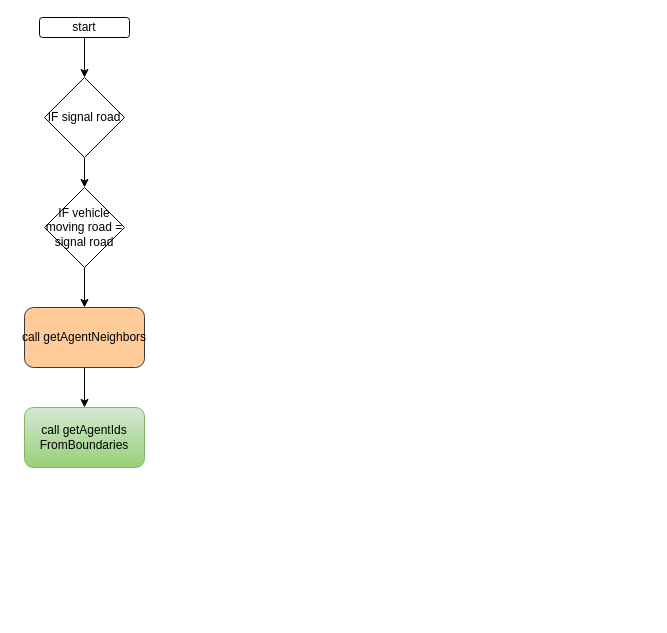
This is vehicle/checkSignalStatus.drawio from sivagit/diagrams, a draw.io file, before an edit. Source tidied: cells renumbered, new cells numbered last; positions are measured from the earlier drawing's top-left corner, leaving out a move shared by most shapes. Both pictures are drawn from the tidied source at 100%, with x=0, y=0 at pixel (24, 17).
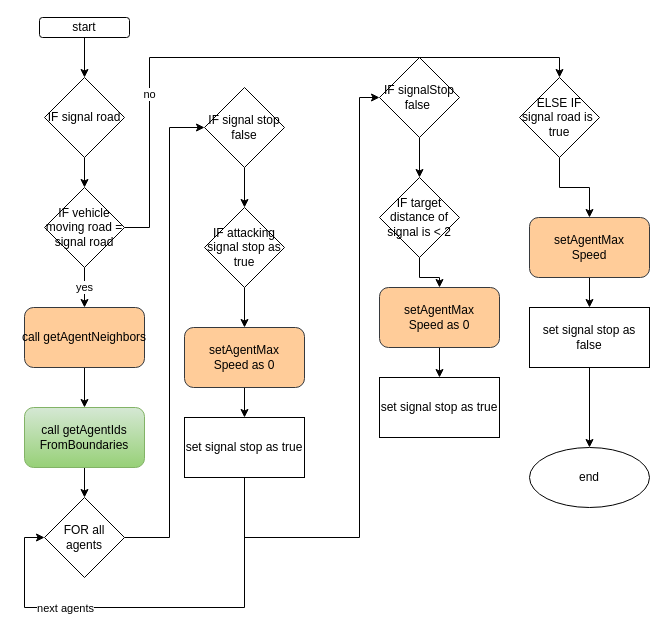
The same page after the edit.

The change refers to these unchanged cells:
```xml
<mxCell id="7" value="IF vehicle moving road = signal road" style="rhombus;whiteSpace=wrap;html=1;" parent="1" vertex="1">
  <mxGeometry x="20" y="170" width="80" height="80" as="geometry" />
</mxCell>
<mxCell id="9" value="&lt;div&gt;call&amp;nbsp;getAgentNeighbors&lt;span style=&quot;font-size: 0px&quot;&gt;&lt;font color=&quot;rgba(0, 0, 0, 0)&quot; face=&quot;monospace&quot;&gt;getAgentNeighbors&lt;/font&gt;&lt;/span&gt;&lt;/div&gt;" style="rounded=1;whiteSpace=wrap;html=1;fillColor=#ffcc99;strokeColor=#36393d;" parent="1" vertex="1">
  <mxGeometry y="290" width="120" height="60" as="geometry" />
</mxCell>
<mxCell id="10" value="call&amp;nbsp;getAgentIds&lt;br&gt;FromBoundaries" style="rounded=1;whiteSpace=wrap;html=1;fillColor=#d5e8d4;gradientColor=#97d077;strokeColor=#82b366;" parent="1" vertex="1">
  <mxGeometry y="390" width="120" height="60" as="geometry" />
</mxCell>
```

Change to the diagram source:
```diff
@@
-    <mxCell id="6" style="edgeStyle=orthogonalEdgeStyle;rounded=0;jettySize=auto;html=1;" parent="1" edge="1" source="7" target="9">
+    <mxCell id="6" value="yes" style="edgeStyle=orthogonalEdgeStyle;rounded=0;jettySize=auto;html=1;" parent="1" edge="1" source="7" target="9">
       <mxGeometry relative="1" as="geometry" />
     </mxCell>
+    <mxCell id="11" style="edgeStyle=orthogonalEdgeStyle;rounded=0;jettySize=auto;html=1;" parent="1" edge="1" source="7" target="34">
+      <mxGeometry relative="1" as="geometry">
+        <Array as="points">
+          <mxPoint x="125" y="210" />
+          <mxPoint x="125" y="40" />
+          <mxPoint x="535" y="40" />
+        </Array>
+      </mxGeometry>
+    </mxCell>
+    <mxCell id="12" value="no" style="edgeLabel;html=1;align=center;verticalAlign=middle;" parent="11" vertex="1">
+      <mxGeometry x="-0.49" y="1" relative="1" as="geometry" />
+    </mxCell>
@@
+    <mxCell id="13" style="edgeStyle=orthogonalEdgeStyle;rounded=0;jettySize=auto;html=1;" parent="1" edge="1" source="10" target="15">
+      <mxGeometry relative="1" as="geometry" />
+    </mxCell>
@@
+    <mxCell id="14" style="edgeStyle=orthogonalEdgeStyle;rounded=0;jettySize=auto;html=1;" parent="1" edge="1" source="15" target="17">
+      <mxGeometry relative="1" as="geometry">
+        <Array as="points">
+          <mxPoint x="145" y="520" />
+          <mxPoint x="145" y="110" />
+        </Array>
+      </mxGeometry>
+    </mxCell>
+    <mxCell id="15" value="FOR all agents" style="rhombus;whiteSpace=wrap;html=1;" parent="1" vertex="1">
+      <mxGeometry x="20" y="480" width="80" height="80" as="geometry" />
+    </mxCell>
+    <mxCell id="16" style="edgeStyle=orthogonalEdgeStyle;rounded=0;jettySize=auto;html=1;" parent="1" edge="1" source="17" target="19">
+      <mxGeometry relative="1" as="geometry" />
+    </mxCell>
+    <mxCell id="17" value="IF signal stop false" style="rhombus;whiteSpace=wrap;html=1;" parent="1" vertex="1">
+      <mxGeometry x="180" y="70" width="80" height="80" as="geometry" />
+    </mxCell>
+    <mxCell id="18" style="edgeStyle=orthogonalEdgeStyle;rounded=0;jettySize=auto;html=1;" parent="1" edge="1" source="19" target="21">
+      <mxGeometry relative="1" as="geometry" />
+    </mxCell>
+    <mxCell id="19" value="IF attacking signal stop as true" style="rhombus;whiteSpace=wrap;html=1;" parent="1" vertex="1">
+      <mxGeometry x="180" y="190" width="80" height="80" as="geometry" />
+    </mxCell>
+    <mxCell id="20" style="edgeStyle=orthogonalEdgeStyle;rounded=0;jettySize=auto;html=1;" parent="1" edge="1" source="21" target="25">
+      <mxGeometry relative="1" as="geometry" />
+    </mxCell>
+    <mxCell id="21" value="setAgentMax&lt;br&gt;Speed as 0" style="rounded=1;whiteSpace=wrap;html=1;fillColor=#ffcc99;strokeColor=#36393d;" parent="1" vertex="1">
+      <mxGeometry x="160" y="310" width="120" height="60" as="geometry" />
+    </mxCell>
+    <mxCell id="22" style="edgeStyle=orthogonalEdgeStyle;rounded=0;jettySize=auto;html=1;entryX=0;entryY=0.5;entryDx=0;entryDy=0;" parent="1" edge="1" source="25" target="15">
+      <mxGeometry relative="1" as="geometry">
+        <Array as="points">
+          <mxPoint x="220" y="590" />
+          <mxPoint y="590" />
+          <mxPoint y="520" />
+        </Array>
+      </mxGeometry>
+    </mxCell>
+    <mxCell id="23" value="next agents" style="edgeLabel;html=1;align=center;verticalAlign=middle;" parent="22" vertex="1">
+      <mxGeometry x="0.41" relative="1" as="geometry" />
+    </mxCell>
+    <mxCell id="24" style="edgeStyle=orthogonalEdgeStyle;rounded=0;jettySize=auto;html=1;" parent="1" edge="1" source="25" target="27">
+      <mxGeometry relative="1" as="geometry">
+        <Array as="points">
+          <mxPoint x="220" y="520" />
+          <mxPoint x="335" y="520" />
+          <mxPoint x="335" y="80" />
+        </Array>
+      </mxGeometry>
+    </mxCell>
+    <mxCell id="25" value="set signal stop as true" style="rounded=0;whiteSpace=wrap;html=1;" parent="1" vertex="1">
+      <mxGeometry x="160" y="400" width="120" height="60" as="geometry" />
+    </mxCell>
+    <mxCell id="26" style="edgeStyle=orthogonalEdgeStyle;rounded=0;jettySize=auto;html=1;" parent="1" edge="1" source="27" target="29">
+      <mxGeometry relative="1" as="geometry" />
+    </mxCell>
+    <mxCell id="27" value="IF&amp;nbsp;signalStop&lt;br&gt;false&amp;nbsp;" style="rhombus;whiteSpace=wrap;html=1;rounded=0;" parent="1" vertex="1">
+      <mxGeometry x="355" y="40" width="80" height="80" as="geometry" />
+    </mxCell>
+    <mxCell id="28" style="edgeStyle=orthogonalEdgeStyle;rounded=0;jettySize=auto;html=1;" parent="1" edge="1" source="29" target="31">
+      <mxGeometry relative="1" as="geometry" />
+    </mxCell>
+    <mxCell id="29" value="IF target distance of signal is &amp;lt; 2" style="rhombus;whiteSpace=wrap;html=1;rounded=0;" parent="1" vertex="1">
+      <mxGeometry x="355" y="160" width="80" height="80" as="geometry" />
+    </mxCell>
+    <mxCell id="30" style="edgeStyle=orthogonalEdgeStyle;rounded=0;jettySize=auto;html=1;" parent="1" edge="1" source="31" target="32">
+      <mxGeometry relative="1" as="geometry" />
+    </mxCell>
+    <mxCell id="31" value="setAgentMax&lt;br&gt;Speed as 0" style="rounded=1;whiteSpace=wrap;html=1;fillColor=#ffcc99;strokeColor=#36393d;" parent="1" vertex="1">
+      <mxGeometry x="355" y="270" width="120" height="60" as="geometry" />
+    </mxCell>
+    <mxCell id="32" value="set signal stop as true" style="rounded=0;whiteSpace=wrap;html=1;" parent="1" vertex="1">
+      <mxGeometry x="355" y="360" width="120" height="60" as="geometry" />
+    </mxCell>
+    <mxCell id="33" style="edgeStyle=orthogonalEdgeStyle;rounded=0;jettySize=auto;html=1;" parent="1" edge="1" source="34" target="36">
+      <mxGeometry relative="1" as="geometry" />
+    </mxCell>
+    <mxCell id="34" value="ELSE IF signal road is&amp;nbsp; true" style="rhombus;whiteSpace=wrap;html=1;" parent="1" vertex="1">
+      <mxGeometry x="495" y="60" width="80" height="80" as="geometry" />
+    </mxCell>
+    <mxCell id="35" style="edgeStyle=orthogonalEdgeStyle;rounded=0;jettySize=auto;html=1;" parent="1" edge="1" source="36" target="38">
+      <mxGeometry relative="1" as="geometry" />
+    </mxCell>
+    <mxCell id="36" value="setAgentMax&lt;br&gt;Speed" style="rounded=1;whiteSpace=wrap;html=1;fillColor=#ffcc99;strokeColor=#36393d;" parent="1" vertex="1">
+      <mxGeometry x="505" y="200" width="120" height="60" as="geometry" />
+    </mxCell>
+    <mxCell id="37" style="edgeStyle=orthogonalEdgeStyle;rounded=0;jettySize=auto;html=1;" parent="1" edge="1" source="38" target="39">
+      <mxGeometry relative="1" as="geometry" />
+    </mxCell>
+    <mxCell id="38" value="set signal stop as false" style="rounded=0;whiteSpace=wrap;html=1;" parent="1" vertex="1">
+      <mxGeometry x="505" y="290" width="120" height="60" as="geometry" />
+    </mxCell>
+    <mxCell id="39" value="end" style="ellipse;whiteSpace=wrap;html=1;rounded=0;" parent="1" vertex="1">
+      <mxGeometry x="505" y="430" width="120" height="60" as="geometry" />
+    </mxCell>
```
